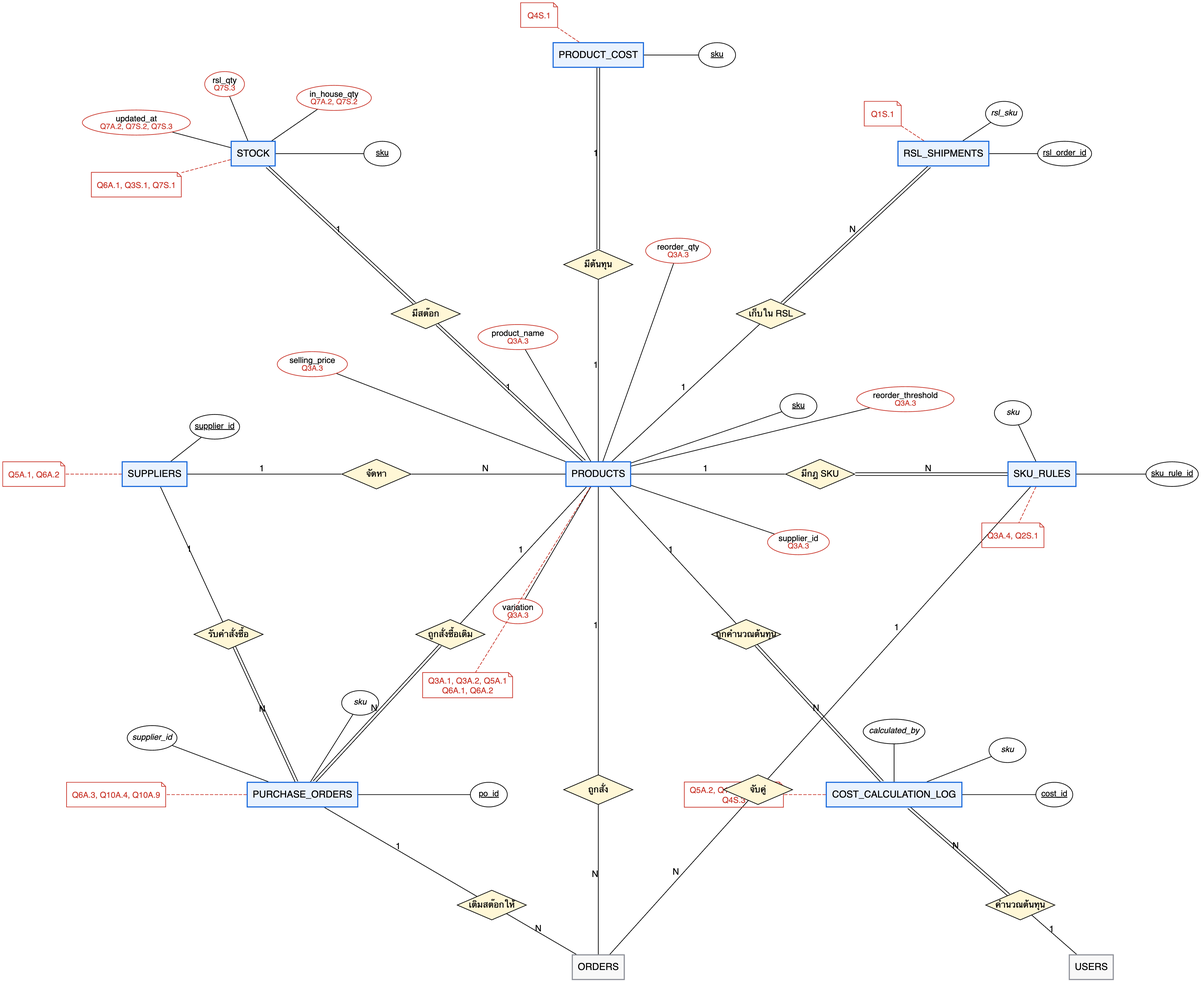
This is 04-chapter2-diagrams-database/diagrams/png/er-query-3.png from xbpkdi/321-sa-proj, a Graphviz export, as it was before one commit. Its source is kept beside it as 04-chapter2-diagrams-database/diagrams/src/er-query-3.dot.
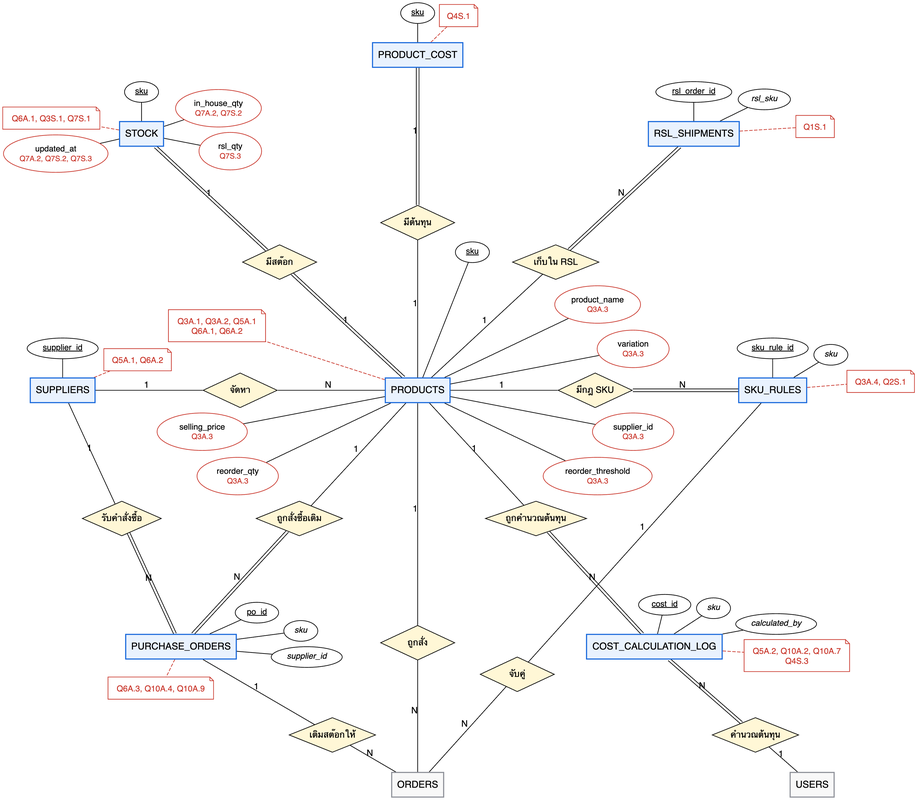
After the change.

What changed in the source:
```diff
@@ -1,112 +1,112 @@
 graph ER {
   layout=neato; overlap=true; splines=line; outputorder=edgesfirst;
   node [fontname="Helvetica", fontsize=14]; edge [fontname="Helvetica", fontsize=13];
-  "users" [pos="10.00,-10.00!", shape=box, style="filled", fillcolor="#f8f8f8", color="#8c8f97", penwidth=1.6, label="USERS"];
-  "suppliers" [pos="-9.00,0.00!", shape=box, style="filled", fillcolor="#e9f2fe", color="#1868db", penwidth=1.6, label="SUPPLIERS"];
-  "suppliers.supplier_id" [pos="-7.78,0.96!", shape=ellipse, label=<<u>supplier_id</u>>, fontsize=12, margin="0.04,0.02"];
+  "rel0" [pos="-3.60,0.00!", shape=diamond, style=filled, fillcolor="#fff7d6", label="จัดหา", fontsize=13, fixedsize=true, width=1.50, height=0.7];
+  "suppliers" -- "rel0" [label="1"];
+  "rel0" -- "products" [label="N"];
+  "rel1" [pos="3.60,0.00!", shape=diamond, style=filled, fillcolor="#fff7d6", label="มีกฎ SKU", fontsize=13, fixedsize=true, width=1.50, height=0.7];
+  "products" -- "rel1" [label="1"];
+  "rel1" -- "sku_rules" [label="N", color="black:invis:black"];
+  "rel2" [pos="-2.80,2.60!", shape=diamond, style=filled, fillcolor="#fff7d6", label="มีสต๊อก", fontsize=13, fixedsize=true, width=1.50, height=0.7];
+  "products" -- "rel2" [label="1", color="black:invis:black"];
+  "rel2" -- "stock" [label="1", color="black:invis:black"];
+  "rel3" [pos="0.00,3.40!", shape=diamond, style=filled, fillcolor="#fff7d6", label="มีต้นทุน", fontsize=13, fixedsize=true, width=1.50, height=0.7];
+  "products" -- "rel3" [label="1"];
+  "rel3" -- "product_cost" [label="1", color="black:invis:black"];
+  "rel4" [pos="2.40,-2.60!", shape=diamond, style=filled, fillcolor="#fff7d6", label="ถูกคำนวณต้นทุน", fontsize=13, fixedsize=true, width=2.05, height=0.7];
+  "products" -- "rel4" [label="1"];
+  "rel4" -- "cost_calculation_log" [label="N", color="black:invis:black"];
+  "rel5" [pos="6.85,-6.99!", shape=diamond, style=filled, fillcolor="#fff7d6", label="คำนวณต้นทุน", fontsize=13, fixedsize=true, width=1.75, height=0.7];
+  "users" -- "rel5" [label="1"];
+  "rel5" -- "cost_calculation_log" [label="N", color="black:invis:black"];
+  "rel6" [pos="-2.40,-2.60!", shape=diamond, style=filled, fillcolor="#fff7d6", label="ถูกสั่งซื้อเติม", fontsize=13, fixedsize=true, width=1.75, height=0.7];
+  "products" -- "rel6" [label="1"];
+  "rel6" -- "purchase_orders" [label="N", color="black:invis:black"];
+  "rel7" [pos="-6.00,-2.60!", shape=diamond, style=filled, fillcolor="#fff7d6", label="รับคำสั่งซื้อ", fontsize=13, fixedsize=true, width=1.60, height=0.7];
+  "suppliers" -- "rel7" [label="1"];
+  "rel7" -- "purchase_orders" [label="N", color="black:invis:black"];
+  "rel8" [pos="0.00,-5.12!", shape=diamond, style=filled, fillcolor="#fff7d6", label="ถูกสั่ง", fontsize=13, fixedsize=true, width=1.50, height=0.7];
+  "products" -- "rel8" [label="1"];
+  "rel8" -- "orders" [label="N"];
+  "rel9" [pos="2.02,-5.76!", shape=diamond, style=filled, fillcolor="#fff7d6", label="จับคู่", fontsize=13, fixedsize=true, width=1.50, height=0.7];
+  "sku_rules" -- "rel9" [label="1"];
+  "rel9" -- "orders" [label="N"];
+  "rel10" [pos="-1.73,-6.99!", shape=diamond, style=filled, fillcolor="#fff7d6", label="เติมสต๊อกให้", fontsize=13, fixedsize=true, width=1.75, height=0.7];
+  "purchase_orders" -- "rel10" [label="1"];
+  "rel10" -- "orders" [label="N"];
+  "rel11" [pos="2.80,2.60!", shape=diamond, style=filled, fillcolor="#fff7d6", label="เก็บใน RSL", fontsize=13, fixedsize=true, width=1.75, height=0.7];
+  "products" -- "rel11" [label="1"];
+  "rel11" -- "rsl_shipments" [label="N", color="black:invis:black"];
+  "users" [pos="8.00,-8.00!", shape=box, style="filled", fillcolor="#f8f8f8", color="#8c8f97", penwidth=1.6, label="USERS"];
+  "suppliers" [pos="-7.20,0.00!", shape=box, style="filled", fillcolor="#e9f2fe", color="#1868db", penwidth=1.6, label="SUPPLIERS"];
+  "suppliers.supplier_id" [pos="-7.20,0.85!", shape=ellipse, style=filled, fillcolor=white, label=<<u>supplier_id</u>>, fontsize=12, fixedsize=true, width=1.44, height=0.42];
   "suppliers" -- "suppliers.supplier_id";
-  "suppliers.__q" [pos="-11.45,0.00!", shape=note, color="#c9372c", fontcolor="#c9372c", fontsize=12, label=<Q5A.1, Q6A.2>];
+  "suppliers.__q" [pos="-5.68,0.62!", shape=note, color="#c9372c", fontcolor="#c9372c", fontsize=12, fixedsize=true, width=1.37, height=0.45, style=filled, fillcolor=white, label=<Q5A.1, Q6A.2>];
   "suppliers" -- "suppliers.__q" [style=dashed, color="#c9372c"];
   "products" [pos="0.00,0.00!", shape=box, style="filled", fillcolor="#e9f2fe", color="#1868db", penwidth=1.6, label="PRODUCTS"];
-  "products.sku" [pos="4.06,1.38!", shape=ellipse, label=<<u>sku</u>>, fontsize=12, margin="0.04,0.02"];
+  "products.sku" [pos="1.11,2.80!", shape=ellipse, style=filled, fillcolor=white, label=<<u>sku</u>>, fontsize=12, fixedsize=true, width=0.69, height=0.42];
   "products" -- "products.sku";
-  "products.product_name" [pos="-1.63,2.78!", shape=ellipse, label=<product_name<br/><font color="#c9372c" point-size="11">Q3A.3</font>>, fontsize=12, margin="0.04,0.02", color="#c9372c"];
+  "products.product_name" [pos="3.65,1.74!", shape=ellipse, style=filled, fillcolor=white, label=<product_name<br/><font point-size="3"> </font><br/><font color="#c9372c" point-size="11">Q3A.3</font>>, fontsize=12, fixedsize=true, width=1.74, height=0.76, color="#c9372c"];
   "products" -- "products.product_name";
-  "products.variation" [pos="-1.63,-2.78!", shape=ellipse, label=<variation<br/><font color="#c9372c" point-size="11">Q3A.3</font>>, fontsize=12, margin="0.04,0.02", color="#c9372c"];
+  "products.variation" [pos="4.37,0.84!", shape=ellipse, style=filled, fillcolor=white, label=<variation<br/><font point-size="3"> </font><br/><font color="#c9372c" point-size="11">Q3A.3</font>>, fontsize=12, fixedsize=true, width=1.46, height=0.76, color="#c9372c"];
   "products" -- "products.variation";
-  "products.supplier_id" [pos="4.06,-1.38!", shape=ellipse, label=<supplier_id<br/><font color="#c9372c" point-size="11">Q3A.3</font>>, fontsize=12, margin="0.04,0.02", color="#c9372c"];
+  "products.supplier_id" [pos="4.37,-0.84!", shape=ellipse, style=filled, fillcolor=white, label=<supplier_id<br/><font point-size="3"> </font><br/><font color="#c9372c" point-size="11">Q3A.3</font>>, fontsize=12, fixedsize=true, width=1.65, height=0.76, color="#c9372c"];
   "products" -- "products.supplier_id";
-  "products.reorder_threshold" [pos="6.23,1.52!", shape=ellipse, label=<reorder_threshold<br/><font color="#c9372c" point-size="11">Q3A.3</font>>, fontsize=12, margin="0.04,0.02", color="#c9372c"];
+  "products.reorder_threshold" [pos="3.65,-1.74!", shape=ellipse, style=filled, fillcolor=white, label=<reorder_threshold<br/><font point-size="3"> </font><br/><font color="#c9372c" point-size="11">Q3A.3</font>>, fontsize=12, fixedsize=true, width=2.21, height=0.76, color="#c9372c"];
   "products" -- "products.reorder_threshold";
-  "products.reorder_qty" [pos="1.62,4.53!", shape=ellipse, label=<reorder_qty<br/><font color="#c9372c" point-size="11">Q3A.3</font>>, fontsize=12, margin="0.04,0.02", color="#c9372c"];
+  "products.reorder_qty" [pos="-3.65,-1.74!", shape=ellipse, style=filled, fillcolor=white, label=<reorder_qty<br/><font point-size="3"> </font><br/><font color="#c9372c" point-size="11">Q3A.3</font>>, fontsize=12, fixedsize=true, width=1.65, height=0.76, color="#c9372c"];
   "products" -- "products.reorder_qty";
-  "products.selling_price" [pos="-5.80,2.23!", shape=ellipse, label=<selling_price<br/><font color="#c9372c" point-size="11">Q3A.3</font>>, fontsize=12, margin="0.04,0.02", color="#c9372c"];
+  "products.selling_price" [pos="-4.37,-0.84!", shape=ellipse, style=filled, fillcolor=white, label=<selling_price<br/><font point-size="3"> </font><br/><font color="#c9372c" point-size="11">Q3A.3</font>>, fontsize=12, fixedsize=true, width=1.83, height=0.76, color="#c9372c"];
   "products" -- "products.selling_price";
-  "products.__q" [pos="-2.65,-4.28!", shape=note, color="#c9372c", fontcolor="#c9372c", fontsize=12, label=<Q3A.1, Q3A.2, Q5A.1<br/>Q6A.1, Q6A.2>];
+  "products.__q" [pos="-4.07,1.31!", shape=note, color="#c9372c", fontcolor="#c9372c", fontsize=12, fixedsize=true, width=1.97, height=0.65, style=filled, fillcolor=white, label=<Q3A.1, Q3A.2, Q5A.1<br/>Q6A.1, Q6A.2>];
   "products" -- "products.__q" [style=dashed, color="#c9372c"];
-  "sku_rules" [pos="9.00,0.00!", shape=box, style="filled", fillcolor="#e9f2fe", color="#1868db", penwidth=1.6, label="SKU_RULES"];
-  "sku_rules.sku_rule_id" [pos="11.64,0.00!", shape=ellipse, label=<<u>sku_rule_id</u>>, fontsize=12, margin="0.04,0.02"];
+  "sku_rules" [pos="7.20,0.00!", shape=box, style="filled", fillcolor="#e9f2fe", color="#1868db", penwidth=1.6, label="SKU_RULES"];
+  "sku_rules.sku_rule_id" [pos="7.20,0.85!", shape=ellipse, style=filled, fillcolor=white, label=<<u>sku_rule_id</u>>, fontsize=12, fixedsize=true, width=1.44, height=0.42];
   "sku_rules" -- "sku_rules.sku_rule_id";
-  "sku_rules.sku" [pos="8.41,1.24!", shape=ellipse, label=<<i>sku</i>>, fontsize=12, margin="0.04,0.02"];
+  "sku_rules.sku" [pos="8.38,0.72!", shape=ellipse, style=filled, fillcolor=white, label=<<i>sku</i>>, fontsize=12, fixedsize=true, width=0.69, height=0.42];
   "sku_rules" -- "sku_rules.sku";
-  "sku_rules.__q" [pos="8.41,-1.24!", shape=note, color="#c9372c", fontcolor="#c9372c", fontsize=12, label=<Q3A.4, Q2S.1>];
+  "sku_rules.__q" [pos="9.39,0.18!", shape=note, color="#c9372c", fontcolor="#c9372c", fontsize=12, fixedsize=true, width=1.37, height=0.45, style=filled, fillcolor=white, label=<Q3A.4, Q2S.1>];
   "sku_rules" -- "sku_rules.__q" [style=dashed, color="#c9372c"];
-  "stock" [pos="-7.00,6.50!", shape=box, style="filled", fillcolor="#e9f2fe", color="#1868db", penwidth=1.6, label="STOCK"];
-  "stock.sku" [pos="-4.38,6.50!", shape=ellipse, label=<<u>sku</u>>, fontsize=12, margin="0.04,0.02"];
+  "stock" [pos="-5.60,5.20!", shape=box, style="filled", fillcolor="#e9f2fe", color="#1868db", penwidth=1.6, label="STOCK"];
+  "stock.sku" [pos="-5.60,6.05!", shape=ellipse, style=filled, fillcolor=white, label=<<u>sku</u>>, fontsize=12, fixedsize=true, width=0.69, height=0.42];
   "stock" -- "stock.sku";
-  "stock.in_house_qty" [pos="-5.36,7.63!", shape=ellipse, label=<in_house_qty<br/><font color="#c9372c" point-size="11">Q7A.2, Q7S.2</font>>, fontsize=12, margin="0.04,0.02", color="#c9372c"];
+  "stock.in_house_qty" [pos="-4.04,5.72!", shape=ellipse, style=filled, fillcolor=white, label=<in_house_qty<br/><font point-size="3"> </font><br/><font color="#c9372c" point-size="11">Q7A.2, Q7S.2</font>>, fontsize=12, fixedsize=true, width=1.74, height=0.76, color="#c9372c"];
   "stock" -- "stock.in_house_qty";
-  "stock.rsl_qty" [pos="-7.58,7.91!", shape=ellipse, label=<rsl_qty<br/><font color="#c9372c" point-size="11">Q7S.3</font>>, fontsize=12, margin="0.04,0.02", color="#c9372c"];
+  "stock.rsl_qty" [pos="-3.80,4.85!", shape=ellipse, style=filled, fillcolor=white, label=<rsl_qty<br/><font point-size="3"> </font><br/><font color="#c9372c" point-size="11">Q7S.3</font>>, fontsize=12, fixedsize=true, width=1.27, height=0.76, color="#c9372c"];
   "stock" -- "stock.rsl_qty";
-  "stock.updated_at" [pos="-9.37,7.13!", shape=ellipse, label=<updated_at<br/><font color="#c9372c" point-size="11">Q7A.2, Q7S.2, Q7S.3</font>>, fontsize=12, margin="0.04,0.02", color="#c9372c"];
+  "stock.updated_at" [pos="-7.34,4.80!", shape=ellipse, style=filled, fillcolor=white, label=<updated_at<br/><font point-size="3"> </font><br/><font color="#c9372c" point-size="11">Q7A.2, Q7S.2, Q7S.3</font>>, fontsize=12, fixedsize=true, width=2.12, height=0.76, color="#c9372c"];
   "stock" -- "stock.updated_at";
-  "stock.__q" [pos="-9.37,5.87!", shape=note, color="#c9372c", fontcolor="#c9372c", fontsize=12, label=<Q6A.1, Q3S.1, Q7S.1>];
+  "stock.__q" [pos="-7.43,5.52!", shape=note, color="#c9372c", fontcolor="#c9372c", fontsize=12, fixedsize=true, width=1.97, height=0.45, style=filled, fillcolor=white, label=<Q6A.1, Q3S.1, Q7S.1>];
   "stock" -- "stock.__q" [style=dashed, color="#c9372c"];
-  "product_cost" [pos="0.00,8.50!", shape=box, style="filled", fillcolor="#e9f2fe", color="#1868db", penwidth=1.6, label="PRODUCT_COST"];
-  "product_cost.sku" [pos="2.41,8.50!", shape=ellipse, label=<<u>sku</u>>, fontsize=12, margin="0.04,0.02"];
+  "product_cost" [pos="0.00,6.80!", shape=box, style="filled", fillcolor="#e9f2fe", color="#1868db", penwidth=1.6, label="PRODUCT_COST"];
+  "product_cost.sku" [pos="0.00,7.65!", shape=ellipse, style=filled, fillcolor=white, label=<<u>sku</u>>, fontsize=12, fixedsize=true, width=0.69, height=0.42];
   "product_cost" -- "product_cost.sku";
-  "product_cost.__q" [pos="-1.20,9.31!", shape=note, color="#c9372c", fontcolor="#c9372c", fontsize=12, label=<Q4S.1>];
+  "product_cost.__q" [pos="0.83,7.60!", shape=note, color="#c9372c", fontcolor="#c9372c", fontsize=12, fixedsize=true, width=0.78, height=0.45, style=filled, fillcolor=white, label=<Q4S.1>];
   "product_cost" -- "product_cost.__q" [style=dashed, color="#c9372c"];
-  "cost_calculation_log" [pos="6.00,-6.50!", shape=box, style="filled", fillcolor="#e9f2fe", color="#1868db", penwidth=1.6, label="COST_CALCULATION_LOG"];
-  "cost_calculation_log.cost_id" [pos="9.25,-6.50!", shape=ellipse, label=<<u>cost_id</u>>, fontsize=12, margin="0.04,0.02"];
+  "cost_calculation_log" [pos="4.80,-5.20!", shape=box, style="filled", fillcolor="#e9f2fe", color="#1868db", penwidth=1.6, label="COST_CALCULATION_LOG"];
+  "cost_calculation_log.cost_id" [pos="5.01,-4.35!", shape=ellipse, style=filled, fillcolor=white, label=<<u>cost_id</u>>, fontsize=12, fixedsize=true, width=1.06, height=0.42];
   "cost_calculation_log" -- "cost_calculation_log.cost_id";
-  "cost_calculation_log.sku" [pos="8.30,-5.60!", shape=ellipse, label=<<i>sku</i>>, fontsize=12, margin="0.04,0.02"];
+  "cost_calculation_log.sku" [pos="6.00,-4.42!", shape=ellipse, style=filled, fillcolor=white, label=<<i>sku</i>>, fontsize=12, fixedsize=true, width=0.69, height=0.42];
   "cost_calculation_log" -- "cost_calculation_log.sku";
-  "cost_calculation_log.calculated_by" [pos="6.00,-5.22!", shape=ellipse, label=<<i>calculated_by</i>>, fontsize=12, margin="0.04,0.02"];
+  "cost_calculation_log.calculated_by" [pos="7.27,-4.74!", shape=ellipse, style=filled, fillcolor=white, label=<<i>calculated_by</i>>, fontsize=12, fixedsize=true, width=1.64, height=0.42];
   "cost_calculation_log" -- "cost_calculation_log.calculated_by";
-  "cost_calculation_log.__q" [pos="2.75,-6.50!", shape=note, color="#c9372c", fontcolor="#c9372c", fontsize=12, label=<Q5A.2, Q10A.2, Q10A.7<br/>Q4S.3>];
+  "cost_calculation_log.__q" [pos="7.69,-5.38!", shape=note, color="#c9372c", fontcolor="#c9372c", fontsize=12, fixedsize=true, width=2.14, height=0.65, style=filled, fillcolor=white, label=<Q5A.2, Q10A.2, Q10A.7<br/>Q4S.3>];
   "cost_calculation_log" -- "cost_calculation_log.__q" [style=dashed, color="#c9372c"];
-  "purchase_orders" [pos="-6.00,-6.50!", shape=box, style="filled", fillcolor="#e9f2fe", color="#1868db", penwidth=1.6, label="PURCHASE_ORDERS"];
-  "purchase_orders.po_id" [pos="-2.22,-6.50!", shape=ellipse, label=<<u>po_id</u>>, fontsize=12, margin="0.04,0.02"];
+  "purchase_orders" [pos="-4.80,-5.20!", shape=box, style="filled", fillcolor="#e9f2fe", color="#1868db", penwidth=1.6, label="PURCHASE_ORDERS"];
+  "purchase_orders.po_id" [pos="-3.26,-4.51!", shape=ellipse, style=filled, fillcolor=white, label=<<u>po_id</u>>, fontsize=12, fixedsize=true, width=0.88, height=0.42];
   "purchase_orders" -- "purchase_orders.po_id";
-  "purchase_orders.sku" [pos="-4.83,-4.64!", shape=ellipse, label=<<i>sku</i>>, fontsize=12, margin="0.04,0.02"];
+  "purchase_orders.sku" [pos="-2.37,-4.88!", shape=ellipse, style=filled, fillcolor=white, label=<<i>sku</i>>, fontsize=12, fixedsize=true, width=0.69, height=0.42];
   "purchase_orders" -- "purchase_orders.sku";
-  "purchase_orders.supplier_id" [pos="-9.05,-5.35!", shape=ellipse, label=<<i>supplier_id</i>>, fontsize=12, margin="0.04,0.02"];
+  "purchase_orders.supplier_id" [pos="-2.25,-5.41!", shape=ellipse, style=filled, fillcolor=white, label=<<i>supplier_id</i>>, fontsize=12, fixedsize=true, width=1.44, height=0.42];
   "purchase_orders" -- "purchase_orders.supplier_id";
-  "purchase_orders.__q" [pos="-9.78,-6.50!", shape=note, color="#c9372c", fontcolor="#c9372c", fontsize=12, label=<Q6A.3, Q10A.4, Q10A.9>];
+  "purchase_orders.__q" [pos="-5.21,-6.04!", shape=note, color="#c9372c", fontcolor="#c9372c", fontsize=12, fixedsize=true, width=2.14, height=0.45, style=filled, fillcolor=white, label=<Q6A.3, Q10A.4, Q10A.9>];
   "purchase_orders" -- "purchase_orders.__q" [style=dashed, color="#c9372c"];
-  "orders" [pos="0.00,-10.00!", shape=box, style="filled", fillcolor="#f8f8f8", color="#8c8f97", penwidth=1.6, label="ORDERS"];
-  "rsl_shipments" [pos="7.00,6.50!", shape=box, style="filled", fillcolor="#e9f2fe", color="#1868db", penwidth=1.6, label="RSL_SHIPMENTS"];
-  "rsl_shipments.rsl_order_id" [pos="9.46,6.50!", shape=ellipse, label=<<u>rsl_order_id</u>>, fontsize=12, margin="0.04,0.02"];
+  "orders" [pos="0.00,-8.00!", shape=box, style="filled", fillcolor="#f8f8f8", color="#8c8f97", penwidth=1.6, label="ORDERS"];
+  "rsl_shipments" [pos="5.60,5.20!", shape=box, style="filled", fillcolor="#e9f2fe", color="#1868db", penwidth=1.6, label="RSL_SHIPMENTS"];
+  "rsl_shipments.rsl_order_id" [pos="5.60,6.05!", shape=ellipse, style=filled, fillcolor=white, label=<<u>rsl_order_id</u>>, fontsize=12, fixedsize=true, width=1.54, height=0.42];
   "rsl_shipments" -- "rsl_shipments.rsl_order_id";
-  "rsl_shipments.rsl_sku" [pos="8.23,7.31!", shape=ellipse, label=<<i>rsl_sku</i>>, fontsize=12, margin="0.04,0.02"];
+  "rsl_shipments.rsl_sku" [pos="7.03,5.90!", shape=ellipse, style=filled, fillcolor=white, label=<<i>rsl_sku</i>>, fontsize=12, fixedsize=true, width=1.06, height=0.42];
   "rsl_shipments" -- "rsl_shipments.rsl_sku";
-  "rsl_shipments.__q" [pos="5.77,7.31!", shape=note, color="#c9372c", fontcolor="#c9372c", fontsize=12, label=<Q1S.1>];
+  "rsl_shipments.__q" [pos="8.06,5.35!", shape=note, color="#c9372c", fontcolor="#c9372c", fontsize=12, fixedsize=true, width=0.78, height=0.45, style=filled, fillcolor=white, label=<Q1S.1>];
   "rsl_shipments" -- "rsl_shipments.__q" [style=dashed, color="#c9372c"];
-  "rel0" [pos="-4.50,0.00!", shape=diamond, style=filled, fillcolor="#fff7d6", label="จัดหา", fontsize=13, fixedsize=true, width=1.40, height=0.6];
-  "suppliers" -- "rel0" [label="1"];
-  "rel0" -- "products" [label="N"];
-  "rel1" [pos="4.50,0.00!", shape=diamond, style=filled, fillcolor="#fff7d6", label="มีกฎ SKU", fontsize=13, fixedsize=true, width=1.40, height=0.6];
-  "products" -- "rel1" [label="1"];
-  "rel1" -- "sku_rules" [label="N", color="black:invis:black"];
-  "rel2" [pos="-3.50,3.25!", shape=diamond, style=filled, fillcolor="#fff7d6", label="มีสต๊อก", fontsize=13, fixedsize=true, width=1.40, height=0.6];
-  "products" -- "rel2" [label="1", color="black:invis:black"];
-  "rel2" -- "stock" [label="1", color="black:invis:black"];
-  "rel3" [pos="0.00,4.25!", shape=diamond, style=filled, fillcolor="#fff7d6", label="มีต้นทุน", fontsize=13, fixedsize=true, width=1.40, height=0.6];
-  "products" -- "rel3" [label="1"];
-  "rel3" -- "product_cost" [label="1", color="black:invis:black"];
-  "rel4" [pos="3.00,-3.25!", shape=diamond, style=filled, fillcolor="#fff7d6", label="ถูกคำนวณต้นทุน", fontsize=13, fixedsize=true, width=1.40, height=0.6];
-  "products" -- "rel4" [label="1"];
-  "rel4" -- "cost_calculation_log" [label="N", color="black:invis:black"];
-  "rel5" [pos="8.56,-8.74!", shape=diamond, style=filled, fillcolor="#fff7d6", label="คำนวณต้นทุน", fontsize=13, fixedsize=true, width=1.40, height=0.6];
-  "users" -- "rel5" [label="1"];
-  "rel5" -- "cost_calculation_log" [label="N", color="black:invis:black"];
-  "rel6" [pos="-3.00,-3.25!", shape=diamond, style=filled, fillcolor="#fff7d6", label="ถูกสั่งซื้อเติม", fontsize=13, fixedsize=true, width=1.40, height=0.6];
-  "products" -- "rel6" [label="1"];
-  "rel6" -- "purchase_orders" [label="N", color="black:invis:black"];
-  "rel7" [pos="-7.50,-3.25!", shape=diamond, style=filled, fillcolor="#fff7d6", label="รับคำสั่งซื้อ", fontsize=13, fixedsize=true, width=1.40, height=0.6];
-  "suppliers" -- "rel7" [label="1"];
-  "rel7" -- "purchase_orders" [label="N", color="black:invis:black"];
-  "rel8" [pos="0.00,-6.40!", shape=diamond, style=filled, fillcolor="#fff7d6", label="ถูกสั่ง", fontsize=13, fixedsize=true, width=1.40, height=0.6];
-  "products" -- "rel8" [label="1"];
-  "rel8" -- "orders" [label="N"];
-  "rel9" [pos="3.24,-6.40!", shape=diamond, style=filled, fillcolor="#fff7d6", label="จับคู่", fontsize=13, fixedsize=true, width=1.40, height=0.6];
-  "sku_rules" -- "rel9" [label="1"];
-  "rel9" -- "orders" [label="N"];
-  "rel10" [pos="-2.16,-8.74!", shape=diamond, style=filled, fillcolor="#fff7d6", label="เติมสต๊อกให้", fontsize=13, fixedsize=true, width=1.40, height=0.6];
-  "purchase_orders" -- "rel10" [label="1"];
-  "rel10" -- "orders" [label="N"];
-  "rel11" [pos="3.50,3.25!", shape=diamond, style=filled, fillcolor="#fff7d6", label="เก็บใน RSL", fontsize=13, fixedsize=true, width=1.40, height=0.6];
-  "products" -- "rel11" [label="1"];
-  "rel11" -- "rsl_shipments" [label="N", color="black:invis:black"];
 }
```
